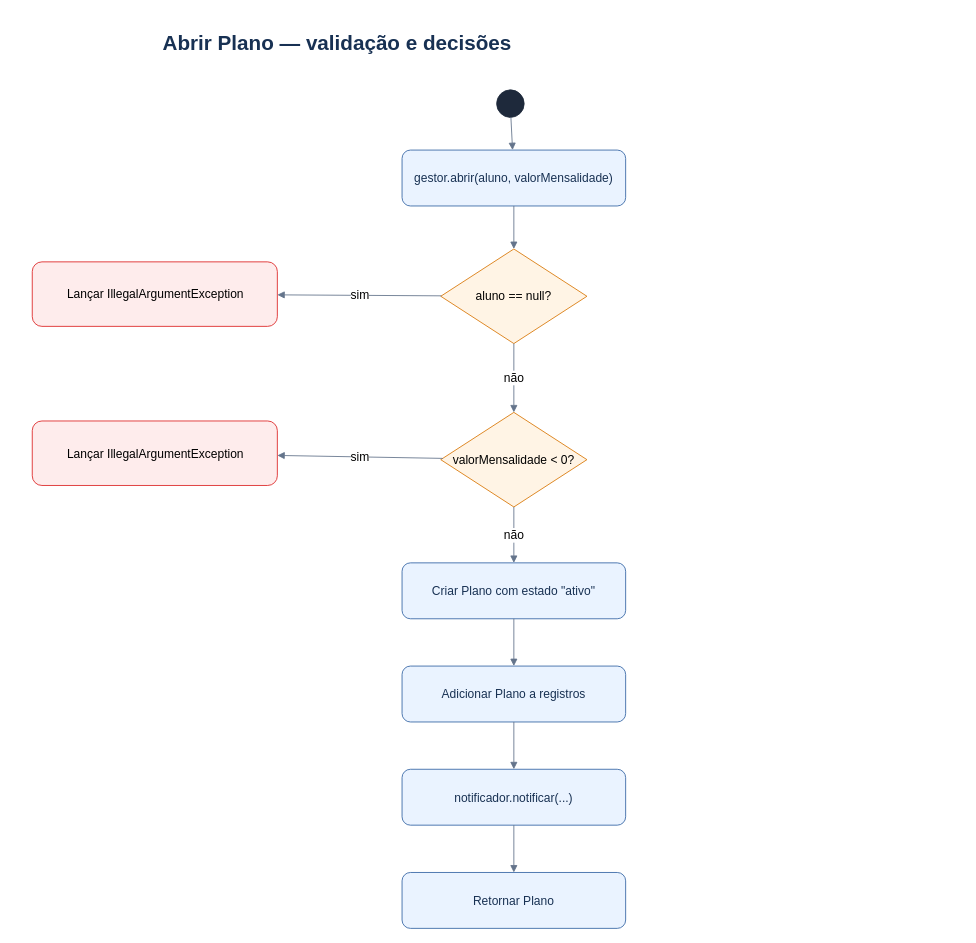
Before: Diagramas-UML/04_atividades.drawio in Ce3k18-coder/projeto-academia-poo, a draw.io diagram. Source tidied: cells renumbered, new cells numbered last; positions are measured from the earlier drawing's top-left corner, leaving out a move shared by most shapes. Both pictures are drawn from the tidied source at 86%, with x=0, y=0 at pixel (32, 25).
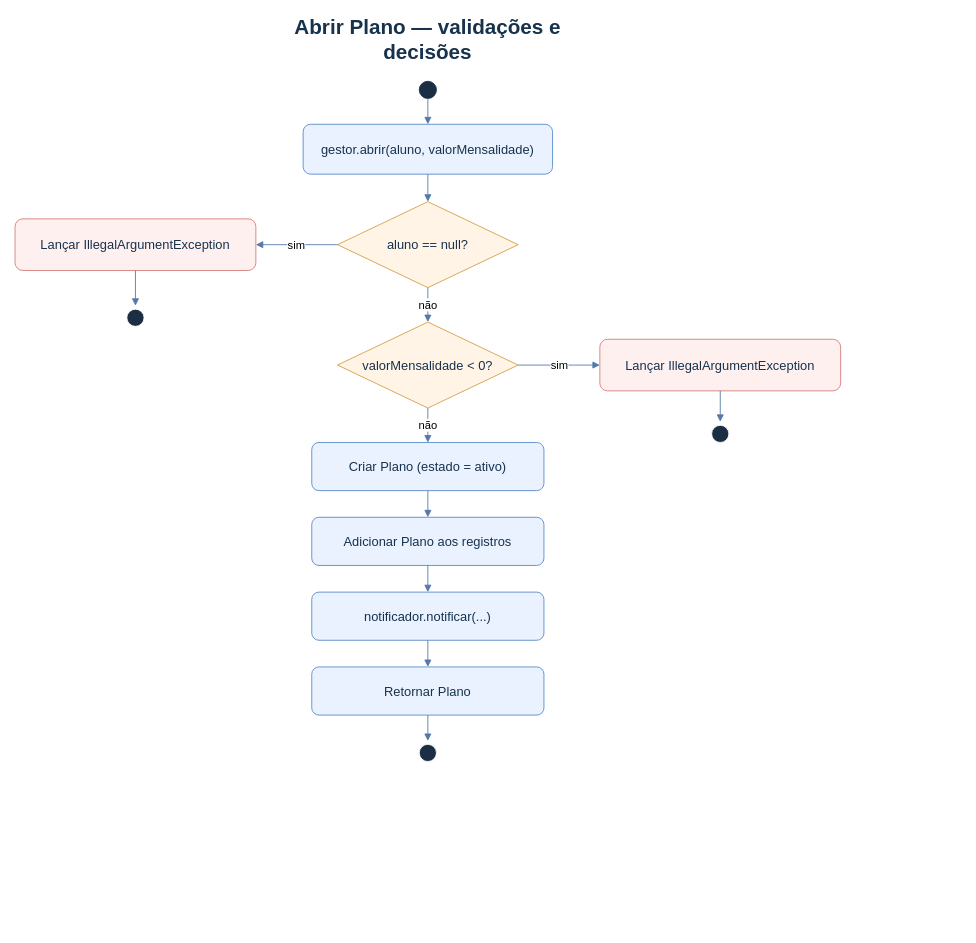
The same diagram, later.

Commit message (it also covers changes not shown here):
Corrige diagramas de estados e atividades

The edit, as a diff of the source:
```diff
@@
-    <mxCell id="2" value="Abrir Plano — validação e decisões" style="text;html=1;fontSize=24;fontStyle=1;fontColor=#183153;" parent="1" vertex="1">
-      <mxGeometry x="150" width="930" height="50" as="geometry" />
+    <mxCell id="2" value="Abrir Plano — validações e decisões" style="text;html=1;align=center;verticalAlign=middle;whiteSpace=wrap;fontSize=24;fontStyle=1;fontColor=#17324d;" parent="1" vertex="1">
+      <mxGeometry x="250" y="-3" width="420" height="39" as="geometry" />
     </mxCell>
-    <mxCell id="3" style="ellipse;html=1;fillColor=#1E293B;strokeColor=#1E293B;" parent="1" vertex="1">
-      <mxGeometry x="540" y="75" width="32" height="32" as="geometry" />
+    <mxCell id="3" style="ellipse;fillColor=#1c2e43;strokeColor=#1c2e43;" parent="1" vertex="1">
+      <mxGeometry x="450" y="65" width="20" height="20" as="geometry" />
     </mxCell>
-    <mxCell id="4" value="gestor.abrir(aluno, valorMensalidade)" style="rounded=1;whiteSpace=wrap;html=1;fillColor=#EAF3FF;strokeColor=#3666A5;fontColor=#183153;fontSize=14;" parent="1" vertex="1">
-      <mxGeometry x="430" y="145" width="260" height="65" as="geometry" />
+    <mxCell id="4" value="gestor.abrir(aluno, valorMensalidade)" style="rounded=1;whiteSpace=wrap;html=1;fillColor=#eaf2ff;strokeColor=#5488c7;fontColor=#17324d;fontSize=15;align=center;verticalAlign=middle;" parent="1" vertex="1">
+      <mxGeometry x="315" y="115" width="290" height="58" as="geometry" />
     </mxCell>
-    <mxCell id="5" value="aluno == null?" style="rhombus;whiteSpace=wrap;html=1;fillColor=#FFF4E5;strokeColor=#D97706;fontSize=14;" parent="1" vertex="1">
-      <mxGeometry x="475" y="260" width="170" height="110" as="geometry" />
+    <mxCell id="5" style="endArrow=block;html=1;strokeColor=#5279aa;fontSize=13;" parent="1" edge="1">
+      <mxGeometry relative="1" as="geometry">
+        <mxPoint x="460" y="85" as="sourcePoint" />
+        <mxPoint x="460" y="115" as="targetPoint" />
+      </mxGeometry>
     </mxCell>
-    <mxCell id="6" value="Lançar IllegalArgumentException" style="rounded=1;html=1;fillColor=#FEECEC;strokeColor=#DC2626;fontSize=14;" parent="1" vertex="1">
-      <mxGeometry y="275" width="285" height="75" as="geometry" />
+    <mxCell id="6" value="aluno == null?" style="rhombus;whiteSpace=wrap;html=1;fillColor=#fff4e6;strokeColor=#d49b43;fontColor=#17324d;fontSize=15;align=center;verticalAlign=middle;" parent="1" vertex="1">
+      <mxGeometry x="355" y="205" width="210" height="100" as="geometry" />
     </mxCell>
-    <mxCell id="7" value="valorMensalidade &lt; 0?" style="rhombus;whiteSpace=wrap;html=1;fillColor=#FFF4E5;strokeColor=#D97706;fontSize=14;" parent="1" vertex="1">
-      <mxGeometry x="475" y="450" width="170" height="110" as="geometry" />
+    <mxCell id="7" style="endArrow=block;html=1;strokeColor=#5279aa;fontSize=13;" parent="1" edge="1">
+      <mxGeometry relative="1" as="geometry">
+        <mxPoint x="460" y="173" as="sourcePoint" />
+        <mxPoint x="460" y="205" as="targetPoint" />
+      </mxGeometry>
     </mxCell>
-    <mxCell id="8" value="Lançar IllegalArgumentException" style="rounded=1;html=1;fillColor=#FEECEC;strokeColor=#DC2626;fontSize=14;" parent="1" vertex="1">
-      <mxGeometry y="460" width="285" height="75" as="geometry" />
+    <mxCell id="8" value="Lançar IllegalArgumentException" style="rounded=1;whiteSpace=wrap;html=1;fillColor=#fff0f0;strokeColor=#d67878;fontColor=#17324d;fontSize=15;align=center;verticalAlign=middle;" parent="1" vertex="1">
+      <mxGeometry x="-20" y="225" width="280" height="60" as="geometry" />
     </mxCell>
-    <mxCell id="9" value="Criar Plano com estado &quot;ativo&quot;" style="rounded=1;whiteSpace=wrap;html=1;fillColor=#EAF3FF;strokeColor=#3666A5;fontColor=#183153;fontSize=14;" parent="1" vertex="1">
-      <mxGeometry x="430" y="625" width="260" height="65" as="geometry" />
+    <mxCell id="9" value="sim" style="endArrow=block;html=1;strokeColor=#5279aa;fontSize=13;" parent="1" edge="1">
+      <mxGeometry relative="1" as="geometry">
+        <mxPoint x="355" y="255" as="sourcePoint" />
+        <mxPoint x="260" y="255" as="targetPoint" />
+      </mxGeometry>
     </mxCell>
-    <mxCell id="10" value="Adicionar Plano a registros" style="rounded=1;whiteSpace=wrap;html=1;fillColor=#EAF3FF;strokeColor=#3666A5;fontColor=#183153;fontSize=14;" parent="1" vertex="1">
-      <mxGeometry x="430" y="745" width="260" height="65" as="geometry" />
+    <mxCell id="10" style="ellipse;fillColor=#1c2e43;strokeColor=#ffffff;" parent="1" vertex="1">
+      <mxGeometry x="110" y="330" width="20" height="20" as="geometry" />
     </mxCell>
-    <mxCell id="11" value="notificador.notificar(...)" style="rounded=1;whiteSpace=wrap;html=1;fillColor=#EAF3FF;strokeColor=#3666A5;fontColor=#183153;fontSize=14;" parent="1" vertex="1">
-      <mxGeometry x="430" y="865" width="260" height="65" as="geometry" />
+    <mxCell id="11" style="endArrow=block;html=1;strokeColor=#5279aa;fontSize=13;" parent="1" edge="1">
+      <mxGeometry relative="1" as="geometry">
+        <mxPoint x="120" y="285" as="sourcePoint" />
+        <mxPoint x="120" y="326" as="targetPoint" />
+      </mxGeometry>
     </mxCell>
-    <mxCell id="12" value="Retornar Plano" style="rounded=1;whiteSpace=wrap;html=1;fillColor=#EAF3FF;strokeColor=#3666A5;fontColor=#183153;fontSize=14;" parent="1" vertex="1">
-      <mxGeometry x="430" y="985" width="260" height="65" as="geometry" />
+    <mxCell id="12" value="valorMensalidade &lt; 0?" style="rhombus;whiteSpace=wrap;html=1;fillColor=#fff4e6;strokeColor=#d49b43;fontColor=#17324d;fontSize=15;align=center;verticalAlign=middle;" parent="1" vertex="1">
+      <mxGeometry x="355" y="345" width="210" height="100" as="geometry" />
     </mxCell>
-    <mxCell id="13" style="endArrow=block;html=1;strokeColor=#64748B;fontSize=14;" parent="1" edge="1" source="3" target="4">
-      <mxGeometry relative="1" as="geometry" />
+    <mxCell id="13" value="não" style="endArrow=block;html=1;strokeColor=#5279aa;fontSize=13;" parent="1" edge="1">
+      <mxGeometry relative="1" as="geometry">
+        <mxPoint x="460" y="305" as="sourcePoint" />
+        <mxPoint x="460" y="345" as="targetPoint" />
+      </mxGeometry>
     </mxCell>
-    <mxCell id="14" style="endArrow=block;html=1;strokeColor=#64748B;fontSize=14;" parent="1" edge="1" source="4" target="5">
-      <mxGeometry relative="1" as="geometry" />
+    <mxCell id="14" value="Lançar IllegalArgumentException" style="rounded=1;whiteSpace=wrap;html=1;fillColor=#fff0f0;strokeColor=#d67878;fontColor=#17324d;fontSize=15;align=center;verticalAlign=middle;" parent="1" vertex="1">
+      <mxGeometry x="660" y="365" width="280" height="60" as="geometry" />
     </mxCell>
-    <mxCell id="15" value="sim" style="endArrow=block;html=1;strokeColor=#64748B;fontSize=14;" parent="1" edge="1" source="5" target="6">
-      <mxGeometry relative="1" as="geometry" />
+    <mxCell id="15" value="sim" style="endArrow=block;html=1;strokeColor=#5279aa;fontSize=13;" parent="1" edge="1">
+      <mxGeometry relative="1" as="geometry">
+        <mxPoint x="565" y="395" as="sourcePoint" />
+        <mxPoint x="660" y="395" as="targetPoint" />
+      </mxGeometry>
     </mxCell>
-    <mxCell id="16" value="não" style="endArrow=block;html=1;strokeColor=#64748B;fontSize=14;" parent="1" edge="1" source="5" target="7">
-      <mxGeometry relative="1" as="geometry" />
+    <mxCell id="16" style="ellipse;fillColor=#1c2e43;strokeColor=#ffffff;" parent="1" vertex="1">
+      <mxGeometry x="790" y="465" width="20" height="20" as="geometry" />
     </mxCell>
-    <mxCell id="17" value="sim" style="endArrow=block;html=1;strokeColor=#64748B;fontSize=14;" parent="1" edge="1" source="7" target="8">
-      <mxGeometry relative="1" as="geometry" />
+    <mxCell id="17" style="endArrow=block;html=1;strokeColor=#5279aa;fontSize=13;" parent="1" edge="1">
+      <mxGeometry relative="1" as="geometry">
+        <mxPoint x="800" y="425" as="sourcePoint" />
+        <mxPoint x="800" y="461" as="targetPoint" />
+      </mxGeometry>
     </mxCell>
-    <mxCell id="18" value="não" style="endArrow=block;html=1;strokeColor=#64748B;fontSize=14;" parent="1" edge="1" source="7" target="9">
-      <mxGeometry relative="1" as="geometry" />
+    <mxCell id="18" value="Criar Plano (estado = ativo)" style="rounded=1;whiteSpace=wrap;html=1;fillColor=#eaf2ff;strokeColor=#5488c7;fontColor=#17324d;fontSize=15;align=center;verticalAlign=middle;" parent="1" vertex="1">
+      <mxGeometry x="325" y="485" width="270" height="56" as="geometry" />
     </mxCell>
-    <mxCell id="19" style="endArrow=block;html=1;strokeColor=#64748B;fontSize=14;" parent="1" edge="1" source="9" target="10">
-      <mxGeometry relative="1" as="geometry" />
+    <mxCell id="19" value="não" style="endArrow=block;html=1;strokeColor=#5279aa;fontSize=13;" parent="1" edge="1">
+      <mxGeometry relative="1" as="geometry">
+        <mxPoint x="460" y="445" as="sourcePoint" />
+        <mxPoint x="460" y="485" as="targetPoint" />
+      </mxGeometry>
     </mxCell>
-    <mxCell id="20" style="endArrow=block;html=1;strokeColor=#64748B;fontSize=14;" parent="1" edge="1" source="10" target="11">
-      <mxGeometry relative="1" as="geometry" />
+    <mxCell id="20" value="Adicionar Plano aos registros" style="rounded=1;whiteSpace=wrap;html=1;fillColor=#eaf2ff;strokeColor=#5488c7;fontColor=#17324d;fontSize=15;align=center;verticalAlign=middle;" parent="1" vertex="1">
+      <mxGeometry x="325" y="572" width="270" height="56" as="geometry" />
     </mxCell>
-    <mxCell id="21" style="endArrow=block;html=1;strokeColor=#64748B;fontSize=14;" parent="1" edge="1" source="11" target="12">
-      <mxGeometry relative="1" as="geometry" />
+    <mxCell id="21" style="endArrow=block;html=1;strokeColor=#5279aa;fontSize=13;" parent="1" edge="1">
+      <mxGeometry relative="1" as="geometry">
+        <mxPoint x="460" y="541" as="sourcePoint" />
+        <mxPoint x="460" y="572" as="targetPoint" />
+      </mxGeometry>
     </mxCell>
+    <mxCell id="22" value="notificador.notificar(...)" style="rounded=1;whiteSpace=wrap;html=1;fillColor=#eaf2ff;strokeColor=#5488c7;fontColor=#17324d;fontSize=15;align=center;verticalAlign=middle;" parent="1" vertex="1">
+      <mxGeometry x="325" y="659" width="270" height="56" as="geometry" />
+    </mxCell>
+    <mxCell id="23" style="endArrow=block;html=1;strokeColor=#5279aa;fontSize=13;" parent="1" edge="1">
+      <mxGeometry relative="1" as="geometry">
+        <mxPoint x="460" y="628" as="sourcePoint" />
+        <mxPoint x="460" y="659" as="targetPoint" />
+      </mxGeometry>
+    </mxCell>
+    <mxCell id="24" value="Retornar Plano" style="rounded=1;whiteSpace=wrap;html=1;fillColor=#eaf2ff;strokeColor=#5488c7;fontColor=#17324d;fontSize=15;align=center;verticalAlign=middle;" parent="1" vertex="1">
+      <mxGeometry x="325" y="746" width="270" height="56" as="geometry" />
+    </mxCell>
+    <mxCell id="25" style="endArrow=block;html=1;strokeColor=#5279aa;fontSize=13;" parent="1" edge="1">
+      <mxGeometry relative="1" as="geometry">
+        <mxPoint x="460" y="715" as="sourcePoint" />
+        <mxPoint x="460" y="746" as="targetPoint" />
+      </mxGeometry>
+    </mxCell>
+    <mxCell id="26" style="ellipse;fillColor=#1c2e43;strokeColor=#ffffff;" parent="1" vertex="1">
+      <mxGeometry x="450" y="836" width="20" height="20" as="geometry" />
+    </mxCell>
+    <mxCell id="27" style="endArrow=block;html=1;strokeColor=#5279aa;fontSize=13;" parent="1" edge="1">
+      <mxGeometry relative="1" as="geometry">
+        <mxPoint x="460" y="802" as="sourcePoint" />
+        <mxPoint x="460" y="832" as="targetPoint" />
+      </mxGeometry>
+    </mxCell>
```
